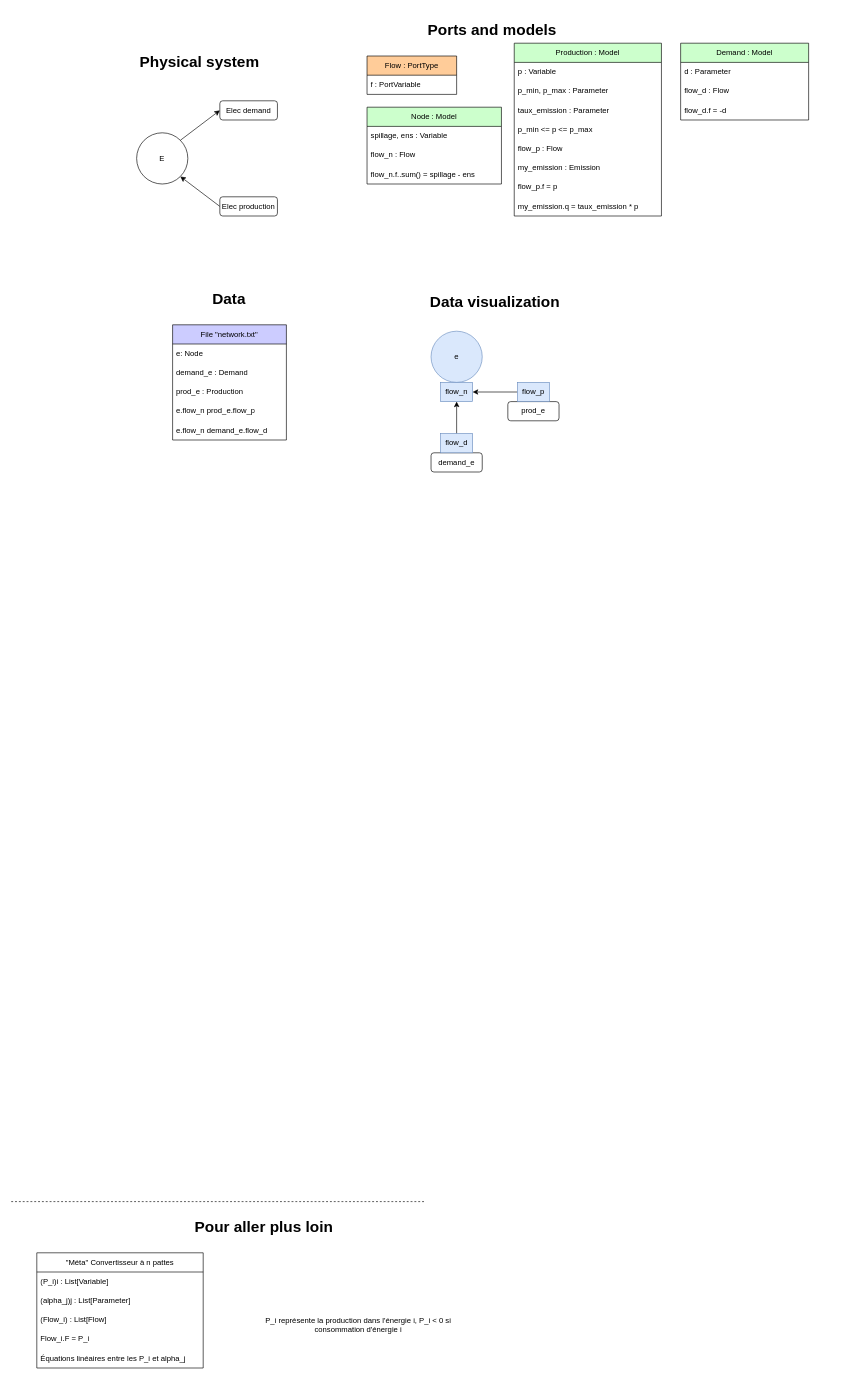
AntaresSimulatorTeam/andromede-modeling-prototype keeps this draw.io diagram as models-design/systems/balance.drawio. Above is the earlier version. Source tidied: cells renumbered, new cells numbered last; positions are measured from the earlier drawing's top-left corner, leaving out a move shared by most shapes. Both pictures are drawn from the tidied source at 64%, with x=0, y=0 at pixel (11, 17).
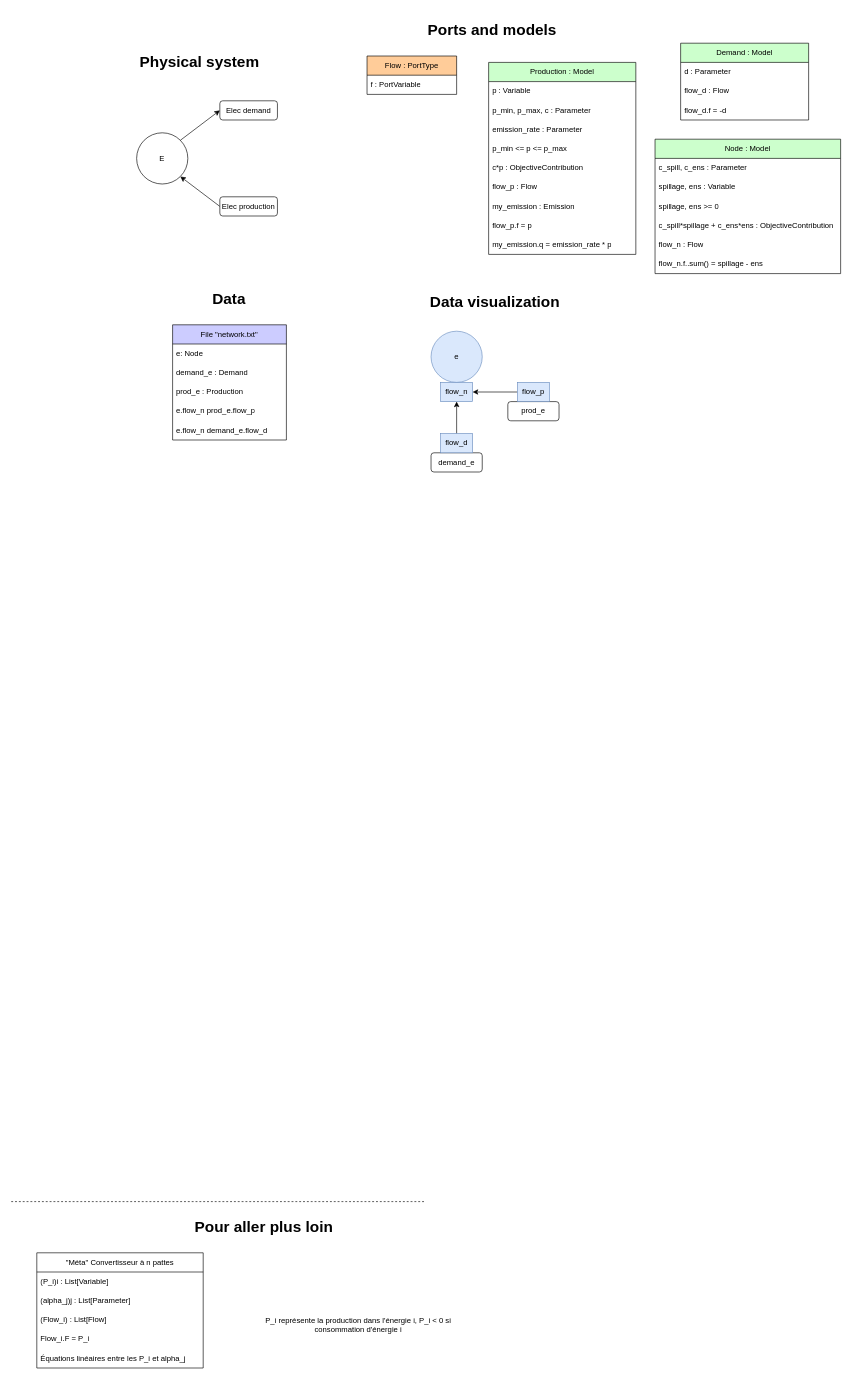
The same page after the edit.

Change to the diagram source:
```diff
@@
     <mxCell id="11" style="group;" parent="1" vertex="1">
-      <mxGeometry x="527" width="719" height="380" as="geometry" />
+      <mxGeometry x="527" width="719" height="480" as="geometry" />
     </mxCell>
@@
+    <mxCell id="28" value="Demand : Model" style="swimlane;fontStyle=0;horizontal=1;startSize=30;whiteSpace=wrap;html=1;fillColor=#CCFFCC;fontColor=#000000;" parent="11" vertex="1">
+      <mxGeometry x="519" y="40" width="200" height="120" as="geometry" />
+    </mxCell>
+    <mxCell id="29" value="d : Parameter" style="text;strokeColor=none;fillColor=none;align=left;verticalAlign=middle;spacingLeft=4;spacingRight=4;overflow=hidden;whiteSpace=wrap;html=1;" parent="28" vertex="1">
+      <mxGeometry y="30" width="200" height="30" as="geometry" />
+    </mxCell>
+    <mxCell id="30" value="flow_d : Flow" style="text;strokeColor=none;fillColor=none;align=left;verticalAlign=middle;spacingLeft=4;spacingRight=4;overflow=hidden;whiteSpace=wrap;html=1;" parent="28" vertex="1">
+      <mxGeometry y="60" width="200" height="30" as="geometry" />
+    </mxCell>
+    <mxCell id="31" value="flow_d.f = -d" style="text;strokeColor=none;fillColor=none;align=left;verticalAlign=middle;spacingLeft=4;spacingRight=4;overflow=hidden;whiteSpace=wrap;html=1;" parent="28" vertex="1">
+      <mxGeometry y="90" width="200" height="30" as="geometry" />
+    </mxCell>
     <mxCell id="15" value="Node : Model" style="swimlane;fontStyle=0;horizontal=1;startSize=30;whiteSpace=wrap;html=1;fillColor=#CCFFCC;fontColor=#000000;" parent="11" vertex="1">
-      <mxGeometry x="29" y="140" width="210" height="120" as="geometry" />
+      <mxGeometry x="479" y="190" width="290" height="210" as="geometry" />
     </mxCell>
+    <mxCell id="59" value="c_spill, c_ens : Parameter" style="text;strokeColor=none;fillColor=none;align=left;verticalAlign=middle;spacingLeft=4;spacingRight=4;overflow=hidden;whiteSpace=wrap;html=1;" parent="15" vertex="1">
+      <mxGeometry y="30" width="290" height="30" as="geometry" />
+    </mxCell>
     <mxCell id="16" value="spillage, ens : Variable" style="text;strokeColor=none;fillColor=none;align=left;verticalAlign=middle;spacingLeft=4;spacingRight=4;overflow=hidden;whiteSpace=wrap;html=1;" parent="15" vertex="1">
-      <mxGeometry y="30" width="210" height="30" as="geometry" />
+      <mxGeometry y="60" width="290" height="30" as="geometry" />
     </mxCell>
+    <mxCell id="60" value="spillage, ens &amp;gt;= 0" style="text;strokeColor=none;fillColor=none;align=left;verticalAlign=middle;spacingLeft=4;spacingRight=4;overflow=hidden;whiteSpace=wrap;html=1;" parent="15" vertex="1">
+      <mxGeometry y="90" width="290" height="30" as="geometry" />
+    </mxCell>
+    <mxCell id="61" value="c_spill*spillage + c_ens*ens : ObjectiveContribution" style="text;strokeColor=none;fillColor=none;align=left;verticalAlign=middle;spacingLeft=4;spacingRight=4;overflow=hidden;whiteSpace=wrap;html=1;" parent="15" vertex="1">
+      <mxGeometry y="120" width="290" height="30" as="geometry" />
+    </mxCell>
     <mxCell id="17" value="flow_n : Flow" style="text;strokeColor=none;fillColor=none;align=left;verticalAlign=middle;spacingLeft=4;spacingRight=4;overflow=hidden;whiteSpace=wrap;html=1;" parent="15" vertex="1">
-      <mxGeometry y="60" width="210" height="30" as="geometry" />
+      <mxGeometry y="150" width="290" height="30" as="geometry" />
     </mxCell>
     <mxCell id="18" value="flow_n.f..sum() = spillage - ens" style="text;strokeColor=none;fillColor=none;align=left;verticalAlign=middle;spacingLeft=4;spacingRight=4;overflow=hidden;whiteSpace=wrap;html=1;" parent="15" vertex="1">
-      <mxGeometry y="90" width="210" height="30" as="geometry" />
+      <mxGeometry y="180" width="290" height="30" as="geometry" />
     </mxCell>
     <mxCell id="19" value="Production : Model" style="swimlane;fontStyle=0;horizontal=1;startSize=30;whiteSpace=wrap;html=1;fillColor=#CCFFCC;fontColor=#000000;" parent="11" vertex="1">
-      <mxGeometry x="259" y="40" width="230" height="270" as="geometry" />
+      <mxGeometry x="219" y="70" width="230" height="300" as="geometry" />
     </mxCell>
@@
-    <mxCell id="21" value="p_min, p_max : Parameter" style="text;strokeColor=none;fillColor=none;align=left;verticalAlign=middle;spacingLeft=4;spacingRight=4;overflow=hidden;whiteSpace=wrap;html=1;" parent="19" vertex="1">
-      <mxGeometry y="60" width="230" height="30" as="geometry" />
-    </mxCell>
-    <mxCell id="22" value="taux_emission : Parameter" style="text;strokeColor=none;fillColor=none;align=left;verticalAlign=middle;spacingLeft=4;spacingRight=4;overflow=hidden;whiteSpace=wrap;html=1;" parent="19" vertex="1">
-      <mxGeometry y="90" width="230" height="30" as="geometry" />
-    </mxCell>
+    <mxCell id="62" value="p_min, p_max, c : Parameter" style="text;strokeColor=none;fillColor=none;align=left;verticalAlign=middle;spacingLeft=4;spacingRight=4;overflow=hidden;whiteSpace=wrap;html=1;" parent="19" vertex="1">
+      <mxGeometry y="60" width="230" height="30" as="geometry" />
+    </mxCell>
+    <mxCell id="63" value="emission_rate : Parameter" style="text;strokeColor=none;fillColor=none;align=left;verticalAlign=middle;spacingLeft=4;spacingRight=4;overflow=hidden;whiteSpace=wrap;html=1;" parent="19" vertex="1">
+      <mxGeometry y="90" width="230" height="30" as="geometry" />
+    </mxCell>
@@
+    <mxCell id="64" value="c*p : ObjectiveContribution" style="text;strokeColor=none;fillColor=none;align=left;verticalAlign=middle;spacingLeft=4;spacingRight=4;overflow=hidden;whiteSpace=wrap;html=1;" parent="19" vertex="1">
+      <mxGeometry y="150" width="230" height="30" as="geometry" />
+    </mxCell>
     <mxCell id="24" value="flow_p : Flow" style="text;strokeColor=none;fillColor=none;align=left;verticalAlign=middle;spacingLeft=4;spacingRight=4;overflow=hidden;whiteSpace=wrap;html=1;" parent="19" vertex="1">
-      <mxGeometry y="150" width="230" height="30" as="geometry" />
+      <mxGeometry y="180" width="230" height="30" as="geometry" />
     </mxCell>
     <mxCell id="25" value="my_emission : Emission" style="text;strokeColor=none;fillColor=none;align=left;verticalAlign=middle;spacingLeft=4;spacingRight=4;overflow=hidden;whiteSpace=wrap;html=1;" parent="19" vertex="1">
-      <mxGeometry y="180" width="230" height="30" as="geometry" />
+      <mxGeometry y="210" width="230" height="30" as="geometry" />
     </mxCell>
     <mxCell id="26" value="flow_p.f = p" style="text;strokeColor=none;fillColor=none;align=left;verticalAlign=middle;spacingLeft=4;spacingRight=4;overflow=hidden;whiteSpace=wrap;html=1;" parent="19" vertex="1">
-      <mxGeometry y="210" width="230" height="30" as="geometry" />
+      <mxGeometry y="240" width="230" height="30" as="geometry" />
     </mxCell>
-    <mxCell id="27" value="my_emission.q = taux_emission * p" style="text;strokeColor=none;fillColor=none;align=left;verticalAlign=middle;spacingLeft=4;spacingRight=4;overflow=hidden;whiteSpace=wrap;html=1;" parent="19" vertex="1">
-      <mxGeometry y="240" width="230" height="30" as="geometry" />
-    </mxCell>
-    <mxCell id="28" value="Demand : Model" style="swimlane;fontStyle=0;horizontal=1;startSize=30;whiteSpace=wrap;html=1;fillColor=#CCFFCC;fontColor=#000000;" parent="11" vertex="1">
-      <mxGeometry x="519" y="40" width="200" height="120" as="geometry" />
-    </mxCell>
-    <mxCell id="29" value="d : Parameter" style="text;strokeColor=none;fillColor=none;align=left;verticalAlign=middle;spacingLeft=4;spacingRight=4;overflow=hidden;whiteSpace=wrap;html=1;" parent="28" vertex="1">
-      <mxGeometry y="30" width="200" height="30" as="geometry" />
-    </mxCell>
-    <mxCell id="30" value="flow_d : Flow" style="text;strokeColor=none;fillColor=none;align=left;verticalAlign=middle;spacingLeft=4;spacingRight=4;overflow=hidden;whiteSpace=wrap;html=1;" parent="28" vertex="1">
-      <mxGeometry y="60" width="200" height="30" as="geometry" />
-    </mxCell>
-    <mxCell id="31" value="flow_d.f = -d" style="text;strokeColor=none;fillColor=none;align=left;verticalAlign=middle;spacingLeft=4;spacingRight=4;overflow=hidden;whiteSpace=wrap;html=1;" parent="28" vertex="1">
-      <mxGeometry y="90" width="200" height="30" as="geometry" />
-    </mxCell>
+    <mxCell id="65" value="my_emission.q = emission_rate * p" style="text;strokeColor=none;fillColor=none;align=left;verticalAlign=middle;spacingLeft=4;spacingRight=4;overflow=hidden;whiteSpace=wrap;html=1;" parent="19" vertex="1">
+      <mxGeometry y="270" width="230" height="30" as="geometry" />
+    </mxCell>
```
